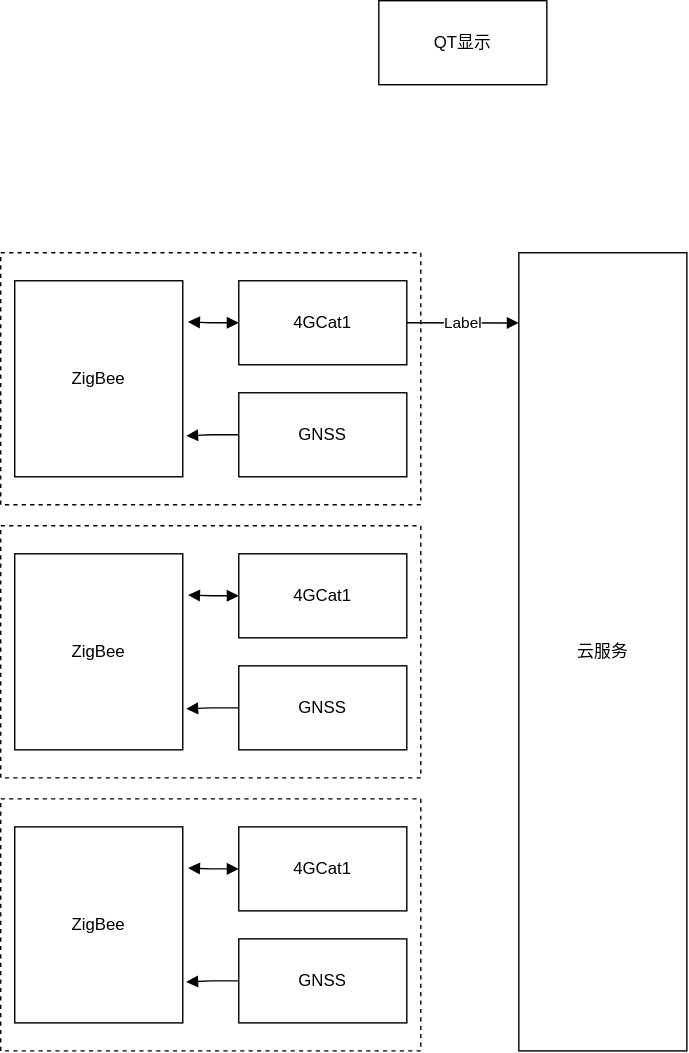
Before: 系统结构图.drawio.svg, a diagram exported from draw.io (anvalue/DrawIo_SQ). Source tidied: cells renumbered, new cells last; positions are measured from the earlier drawing's top-left corner, leaving out a move shared by most shapes.
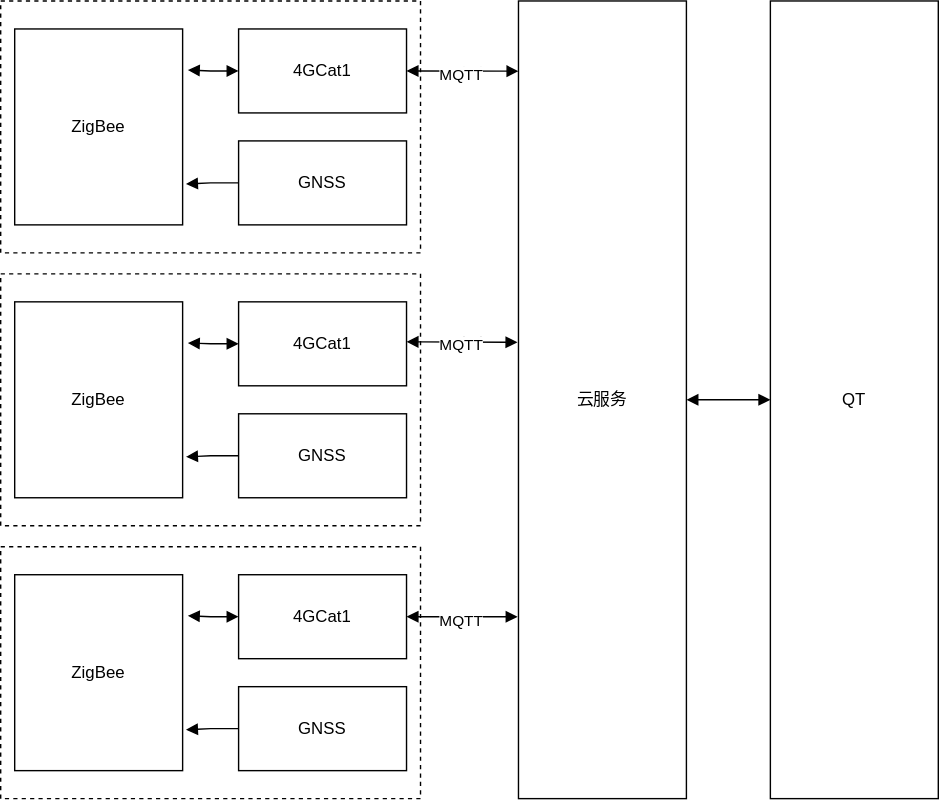
The same diagram one commit later.

Commit message:
更新系统结构图.drawio.svg

Diff of the diagram source:
```diff
@@ -5,9 +5,6 @@
     <mxCell id="2" value="云服务" style="rounded=0;whiteSpace=wrap;html=1;" parent="1" vertex="1">
       <mxGeometry x="370" y="180" width="120" height="570" as="geometry" />
     </mxCell>
-    <mxCell id="3" value="QT显示" style="rounded=0;whiteSpace=wrap;html=1;" parent="1" vertex="1">
-      <mxGeometry x="270" width="120" height="60" as="geometry" />
-    </mxCell>
     <mxCell id="4" style="group;" parent="1" vertex="1">
       <mxGeometry y="180" width="300" height="180" as="geometry" />
     </mxCell>
@@ -29,7 +26,7 @@
     <mxCell id="10" style="edgeStyle=orthogonalEdgeStyle;rounded=0;jettySize=auto;html=1;entryX=1.02;entryY=0.791;entryDx=0;entryDy=0;entryPerimeter=0;endArrow=block;endFill=1;" parent="4" edge="1" source="8" target="6">
       <mxGeometry relative="1" as="geometry" />
     </mxCell>
-    <mxCell id="11" style="endArrow=block;html=1;rounded=0;entryX=0;entryY=0.088;entryDx=0;entryDy=0;entryPerimeter=0;endFill=1;" parent="4" edge="1" target="2">
+    <mxCell id="11" style="endArrow=block;html=1;rounded=0;entryX=0;entryY=0.088;entryDx=0;entryDy=0;entryPerimeter=0;endFill=1;startArrow=block;startFill=1;" parent="4" edge="1" target="2">
       <mxGeometry relative="1" as="geometry">
         <mxPoint x="290" y="50" as="sourcePoint" />
       </mxGeometry>
@@ -37,6 +34,9 @@
     <mxCell id="12" value="Label" style="edgeLabel;html=1;align=center;verticalAlign=middle;" parent="11" vertex="1">
       <mxGeometry relative="1" as="geometry" />
     </mxCell>
+    <mxCell id="27" value="MQTT" style="edgeLabel;html=1;align=center;verticalAlign=middle;" parent="11" vertex="1">
+      <mxGeometry x="-0.03" y="-2" relative="1" as="geometry" />
+    </mxCell>
     <mxCell id="13" style="group;" parent="1" vertex="1">
       <mxGeometry y="375" width="300" height="180" as="geometry" />
     </mxCell>
@@ -79,5 +79,29 @@
     <mxCell id="26" style="edgeStyle=orthogonalEdgeStyle;rounded=0;jettySize=auto;html=1;entryX=1.02;entryY=0.791;entryDx=0;entryDy=0;entryPerimeter=0;endArrow=block;endFill=1;" parent="20" edge="1" source="24" target="22">
       <mxGeometry relative="1" as="geometry" />
     </mxCell>
+    <mxCell id="28" style="endArrow=block;html=1;rounded=0;endFill=1;exitX=1;exitY=0.476;exitDx=0;exitDy=0;exitPerimeter=0;entryX=-0.006;entryY=0.428;entryDx=0;entryDy=0;entryPerimeter=0;startArrow=block;startFill=1;" parent="1" edge="1" source="16" target="2">
+      <mxGeometry relative="1" as="geometry" />
+    </mxCell>
+    <mxCell id="29" value="Label" style="edgeLabel;html=1;align=center;verticalAlign=middle;" parent="28" vertex="1">
+      <mxGeometry relative="1" as="geometry" />
+    </mxCell>
+    <mxCell id="30" value="MQTT" style="edgeLabel;html=1;align=center;verticalAlign=middle;" parent="28" vertex="1">
+      <mxGeometry x="-0.03" y="-2" relative="1" as="geometry" />
+    </mxCell>
+    <mxCell id="31" style="endArrow=block;html=1;rounded=0;endFill=1;exitX=1;exitY=0.5;exitDx=0;exitDy=0;entryX=-0.005;entryY=0.772;entryDx=0;entryDy=0;entryPerimeter=0;startArrow=block;startFill=1;" parent="1" edge="1" source="23" target="2">
+      <mxGeometry relative="1" as="geometry" />
+    </mxCell>
+    <mxCell id="32" value="Label" style="edgeLabel;html=1;align=center;verticalAlign=middle;" parent="31" vertex="1">
+      <mxGeometry relative="1" as="geometry" />
+    </mxCell>
+    <mxCell id="33" value="MQTT" style="edgeLabel;html=1;align=center;verticalAlign=middle;" parent="31" vertex="1">
+      <mxGeometry x="-0.03" y="-2" relative="1" as="geometry" />
+    </mxCell>
+    <mxCell id="34" style="edgeStyle=orthogonalEdgeStyle;rounded=0;jettySize=auto;html=1;exitX=0;exitY=0.5;exitDx=0;exitDy=0;entryX=1;entryY=0.5;entryDx=0;entryDy=0;endArrow=block;endFill=1;startArrow=block;startFill=1;" parent="1" edge="1" source="35" target="2">
+      <mxGeometry relative="1" as="geometry" />
+    </mxCell>
+    <mxCell id="35" value="QT" style="rounded=0;whiteSpace=wrap;html=1;" parent="1" vertex="1">
+      <mxGeometry x="550" y="180" width="120" height="570" as="geometry" />
+    </mxCell>
   </root>
 </mxGraphModel>
```
